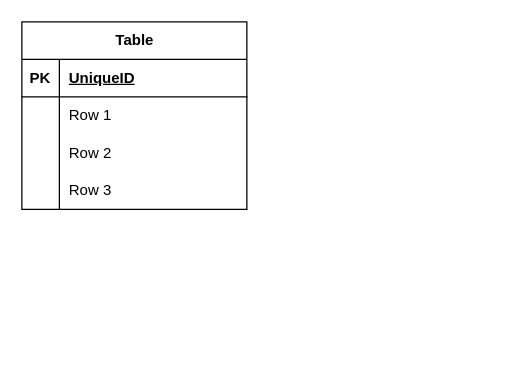
This is Untitled Diagram.drawio from liaoyusaki/drawio, a draw.io file, before an edit. Source tidied: cells renumbered, new cells numbered last; positions are measured from the earlier drawing's top-left corner, leaving out a move shared by most shapes. Both pictures are drawn from the tidied source at 125%, with x=0, y=0 at pixel (21, 21).
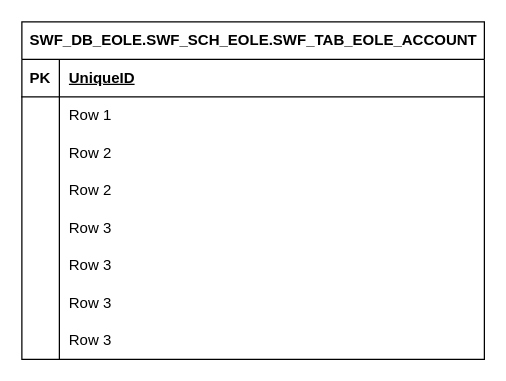
After the change.

Diff of the diagram source:
```diff
@@
-    <mxCell id="2" value="Table" style="shape=table;startSize=30;childLayout=tableLayout;rowLines=0;fontStyle=1;align=center;html=1;" parent="1" vertex="1">
-      <mxGeometry width="180" height="150" as="geometry" />
+    <mxCell id="2" value="SWF_DB_EOLE.SWF_SCH_EOLE.SWF_TAB_EOLE_ACCOUNT" style="shape=table;startSize=30;childLayout=tableLayout;rowLines=0;fontStyle=1;align=center;html=1;" parent="1" vertex="1">
+      <mxGeometry width="370" height="270" as="geometry" />
     </mxCell>
     <mxCell id="3" style="shape=tableRow;horizontal=0;startSize=0;swimlaneHead=0;swimlaneBody=0;fillColor=none;top=0;left=0;right=0;bottom=1;" parent="2" vertex="1">
-      <mxGeometry y="30" width="180" height="30" as="geometry" />
+      <mxGeometry y="30" width="370" height="30" as="geometry" />
     </mxCell>
@@
     <mxCell id="5" value="UniqueID" style="shape=partialRectangle;fillColor=none;top=0;left=0;bottom=0;right=0;align=left;spacingLeft=6;fontStyle=5;overflow=hidden;whiteSpace=wrap;html=1;" parent="3" vertex="1">
-      <mxGeometry x="30" width="150" height="30" as="geometry" />
+      <mxGeometry x="30" width="340" height="30" as="geometry" />
     </mxCell>
     <mxCell id="6" style="shape=tableRow;horizontal=0;startSize=0;swimlaneHead=0;swimlaneBody=0;fillColor=none;top=0;left=0;right=0;bottom=0;" parent="2" vertex="1">
-      <mxGeometry y="60" width="180" height="30" as="geometry" />
+      <mxGeometry y="60" width="370" height="30" as="geometry" />
     </mxCell>
@@
     <mxCell id="8" value="Row 1" style="shape=partialRectangle;fillColor=none;top=0;left=0;bottom=0;right=0;align=left;spacingLeft=6;overflow=hidden;whiteSpace=wrap;html=1;" parent="6" vertex="1">
-      <mxGeometry x="30" width="150" height="30" as="geometry" />
+      <mxGeometry x="30" width="340" height="30" as="geometry" />
     </mxCell>
+    <mxCell id="15" style="shape=tableRow;horizontal=0;startSize=0;swimlaneHead=0;swimlaneBody=0;fillColor=none;top=0;left=0;right=0;bottom=0;" parent="2" vertex="1">
+      <mxGeometry y="90" width="370" height="30" as="geometry" />
+    </mxCell>
+    <mxCell id="16" style="shape=partialRectangle;fillColor=none;top=0;left=0;bottom=0;right=0;overflow=hidden;whiteSpace=wrap;html=1;" parent="15" vertex="1">
+      <mxGeometry width="30" height="30" as="geometry" />
+    </mxCell>
+    <mxCell id="17" value="Row 2" style="shape=partialRectangle;fillColor=none;top=0;left=0;bottom=0;right=0;align=left;spacingLeft=6;overflow=hidden;whiteSpace=wrap;html=1;" parent="15" vertex="1">
+      <mxGeometry x="30" width="340" height="30" as="geometry" />
+    </mxCell>
     <mxCell id="9" style="shape=tableRow;horizontal=0;startSize=0;swimlaneHead=0;swimlaneBody=0;fillColor=none;top=0;left=0;right=0;bottom=0;" parent="2" vertex="1">
-      <mxGeometry y="90" width="180" height="30" as="geometry" />
+      <mxGeometry y="120" width="370" height="30" as="geometry" />
     </mxCell>
@@
     <mxCell id="11" value="Row 2" style="shape=partialRectangle;fillColor=none;top=0;left=0;bottom=0;right=0;align=left;spacingLeft=6;overflow=hidden;whiteSpace=wrap;html=1;" parent="9" vertex="1">
-      <mxGeometry x="30" width="150" height="30" as="geometry" />
+      <mxGeometry x="30" width="340" height="30" as="geometry" />
     </mxCell>
     <mxCell id="12" style="shape=tableRow;horizontal=0;startSize=0;swimlaneHead=0;swimlaneBody=0;fillColor=none;top=0;left=0;right=0;bottom=0;" parent="2" vertex="1">
-      <mxGeometry y="120" width="180" height="30" as="geometry" />
+      <mxGeometry y="150" width="370" height="30" as="geometry" />
     </mxCell>
@@
     <mxCell id="14" value="Row 3" style="shape=partialRectangle;fillColor=none;top=0;left=0;bottom=0;right=0;align=left;spacingLeft=6;overflow=hidden;whiteSpace=wrap;html=1;" parent="12" vertex="1">
-      <mxGeometry x="30" width="150" height="30" as="geometry" />
+      <mxGeometry x="30" width="340" height="30" as="geometry" />
     </mxCell>
+    <mxCell id="18" style="shape=tableRow;horizontal=0;startSize=0;swimlaneHead=0;swimlaneBody=0;fillColor=none;top=0;left=0;right=0;bottom=0;" parent="2" vertex="1">
+      <mxGeometry y="180" width="370" height="30" as="geometry" />
+    </mxCell>
+    <mxCell id="19" style="shape=partialRectangle;fillColor=none;top=0;left=0;bottom=0;right=0;overflow=hidden;whiteSpace=wrap;html=1;" parent="18" vertex="1">
+      <mxGeometry width="30" height="30" as="geometry" />
+    </mxCell>
+    <mxCell id="20" value="Row 3" style="shape=partialRectangle;fillColor=none;top=0;left=0;bottom=0;right=0;align=left;spacingLeft=6;overflow=hidden;whiteSpace=wrap;html=1;" parent="18" vertex="1">
+      <mxGeometry x="30" width="340" height="30" as="geometry" />
+    </mxCell>
+    <mxCell id="21" style="shape=tableRow;horizontal=0;startSize=0;swimlaneHead=0;swimlaneBody=0;fillColor=none;top=0;left=0;right=0;bottom=0;" parent="2" vertex="1">
+      <mxGeometry y="210" width="370" height="30" as="geometry" />
+    </mxCell>
+    <mxCell id="22" style="shape=partialRectangle;fillColor=none;top=0;left=0;bottom=0;right=0;overflow=hidden;whiteSpace=wrap;html=1;" parent="21" vertex="1">
+      <mxGeometry width="30" height="30" as="geometry" />
+    </mxCell>
+    <mxCell id="23" value="Row 3" style="shape=partialRectangle;fillColor=none;top=0;left=0;bottom=0;right=0;align=left;spacingLeft=6;overflow=hidden;whiteSpace=wrap;html=1;" parent="21" vertex="1">
+      <mxGeometry x="30" width="340" height="30" as="geometry" />
+    </mxCell>
+    <mxCell id="24" style="shape=tableRow;horizontal=0;startSize=0;swimlaneHead=0;swimlaneBody=0;fillColor=none;top=0;left=0;right=0;bottom=0;" parent="2" vertex="1">
+      <mxGeometry y="240" width="370" height="30" as="geometry" />
+    </mxCell>
+    <mxCell id="25" style="shape=partialRectangle;fillColor=none;top=0;left=0;bottom=0;right=0;overflow=hidden;whiteSpace=wrap;html=1;" parent="24" vertex="1">
+      <mxGeometry width="30" height="30" as="geometry" />
+    </mxCell>
+    <mxCell id="26" value="Row 3" style="shape=partialRectangle;fillColor=none;top=0;left=0;bottom=0;right=0;align=left;spacingLeft=6;overflow=hidden;whiteSpace=wrap;html=1;" parent="24" vertex="1">
+      <mxGeometry x="30" width="340" height="30" as="geometry" />
+    </mxCell>
```
